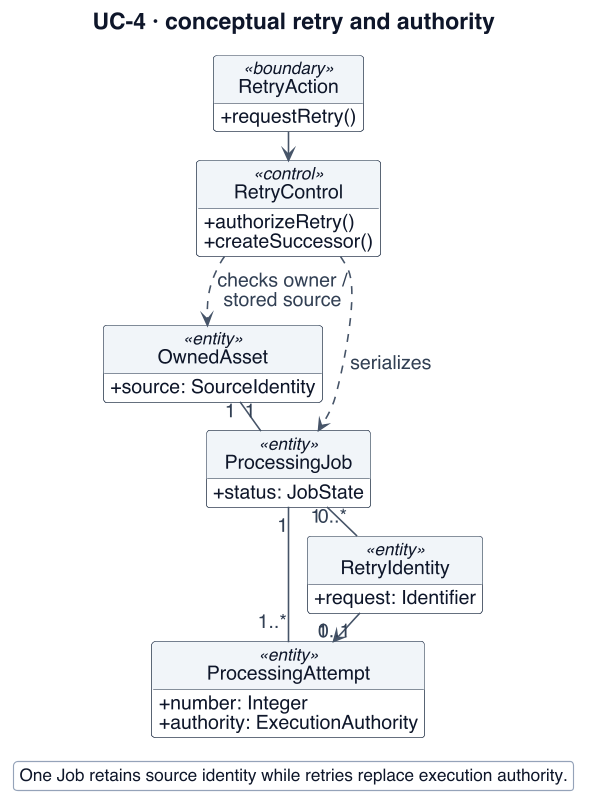
Before: project-documentation/final-report/figures/uc4-analysis-class.png, a diagram exported from PlantUML (Collaboration95/dc2).
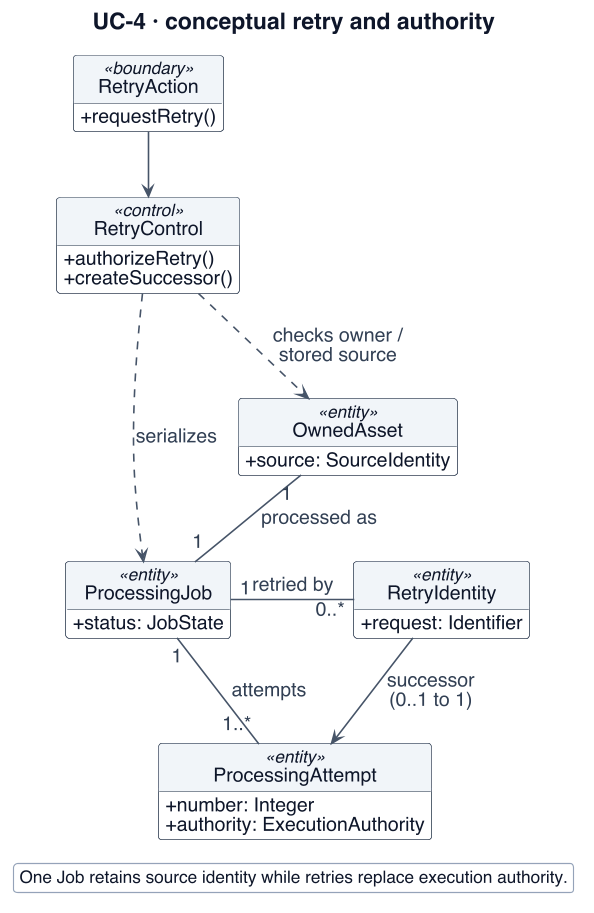
After the change.

Change to the diagram source:
```diff
@@ -10,8 +10,8 @@
 skinparam titleFontSize 20
 skinparam classAttributeIconSize 0
 skinparam maxMessageSize 165
-skinparam nodesep 18
-skinparam ranksep 24
+skinparam nodesep 36
+skinparam ranksep 56
 hide footbox
 hide circle
 title UC-4 · conceptual retry and authority
@@ -38,10 +38,10 @@
 RetryAction --> RetryControl
 RetryControl ..> OwnedAsset : checks owner / stored source
 RetryControl ..> ProcessingJob : serializes
-OwnedAsset "1" -- "1" ProcessingJob
-ProcessingJob "1" -- "1..*" ProcessingAttempt
-ProcessingJob "1" -- "0..*" RetryIdentity
-RetryIdentity "0..1" --> "1" ProcessingAttempt
+OwnedAsset "1" -down- "1" ProcessingJob : processed as
+ProcessingJob "1" -down- "1..*" ProcessingAttempt : attempts
+ProcessingJob "1" -right- "0..*" RetryIdentity : retried by
+RetryIdentity -down-> ProcessingAttempt : successor\n(0..1 to 1)
 legend bottom
 One Job retains source identity while retries replace execution authority.
 endlegend
```
